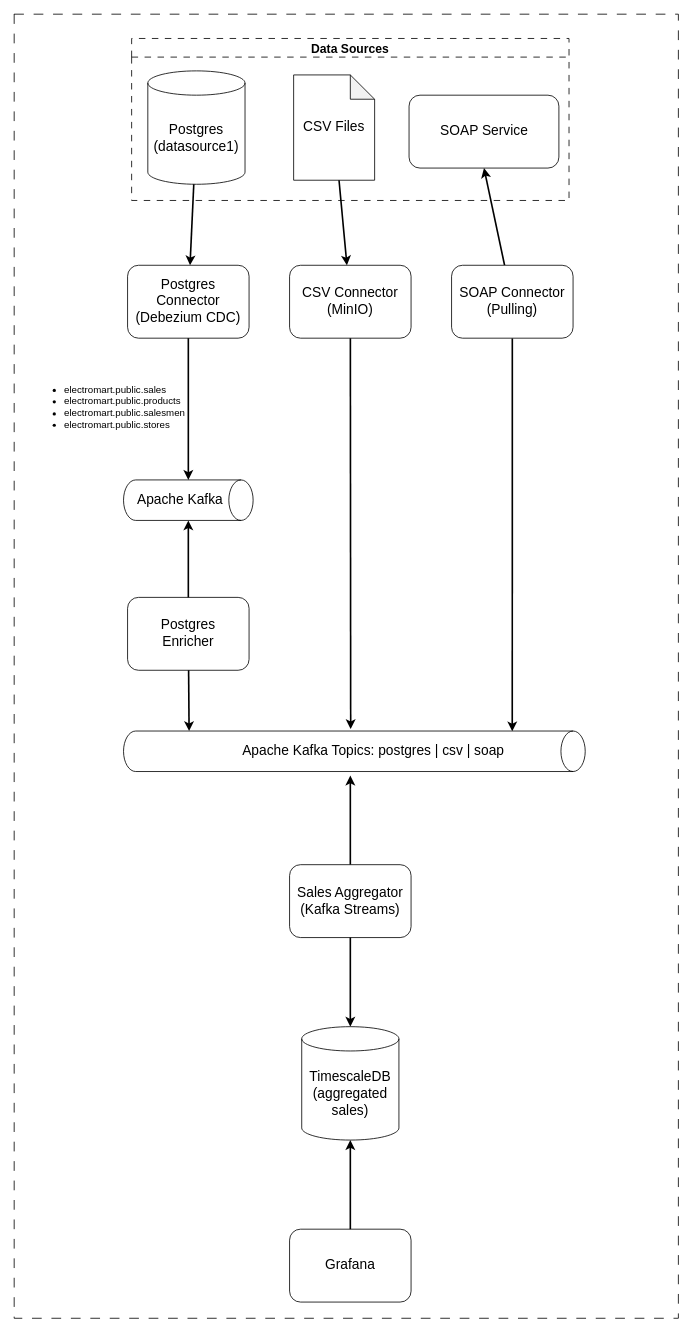
Above: data/salesman-kata-v2/diagrams/solutions.drawio in codegik/team-red (draw.io), before the change. Source tidied: cells renumbered, new cells numbered last; positions are measured from the earlier drawing's top-left corner, leaving out a move shared by most shapes. Both pictures are drawn from the tidied source at 81%, with x=0, y=0 at pixel (14, 14).
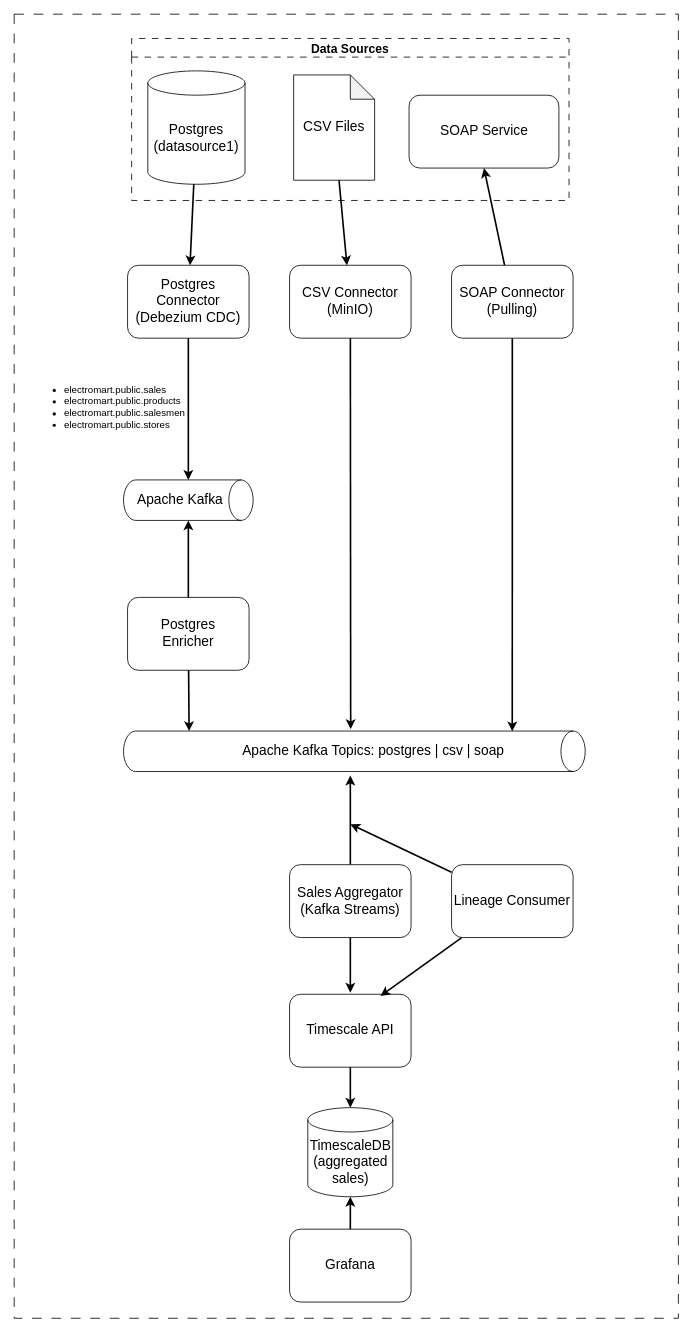
Above is the later version.

The change refers to these unchanged cells:
```xml
<mxCell id="24" value="&lt;span style=&quot;font-size: 17px;&quot;&gt;Sales Aggregator&lt;/span&gt;&lt;div&gt;&lt;span style=&quot;font-size: 17px;&quot;&gt;(Kafka Streams)&lt;/span&gt;&lt;/div&gt;" style="rounded=1;whiteSpace=wrap;html=1;" parent="1" vertex="1">
  <mxGeometry x="340" y="1050" width="150" height="90" as="geometry" />
</mxCell>
```

The edit, as a diff of the source:
```diff
@@
     <mxCell id="26" value="&lt;font style=&quot;font-size: 17px;&quot;&gt;TimescaleDB&lt;/font&gt;&lt;div&gt;&lt;font style=&quot;font-size: 17px;&quot;&gt;(aggregated sales)&lt;/font&gt;&lt;/div&gt;" style="shape=cylinder3;whiteSpace=wrap;html=1;boundedLbl=1;backgroundOutline=1;size=15;" parent="1" vertex="1">
-      <mxGeometry x="355" y="1250" width="120" height="140" as="geometry" />
+      <mxGeometry x="362.5" y="1350" width="105" height="110" as="geometry" />
     </mxCell>
@@
-    <mxCell id="29" style="edgeStyle=none;html=1;entryX=0.5;entryY=0;entryDx=0;entryDy=0;entryPerimeter=0;strokeWidth=2;" parent="1" edge="1" source="24" target="26">
+    <mxCell id="29" style="edgeStyle=none;html=1;entryX=0.5;entryY=0;entryDx=0;entryDy=0;entryPerimeter=0;strokeWidth=2;" parent="1" edge="1" source="30" target="26">
       <mxGeometry relative="1" as="geometry" />
     </mxCell>
+    <mxCell id="30" value="&lt;span style=&quot;font-size: 17px;&quot;&gt;Timescale API&lt;/span&gt;" style="rounded=1;whiteSpace=wrap;html=1;" parent="1" vertex="1">
+      <mxGeometry x="340" y="1210" width="150" height="90" as="geometry" />
+    </mxCell>
+    <mxCell id="31" value="&lt;span style=&quot;font-size: 17px;&quot;&gt;Lineage Consumer&lt;/span&gt;" style="rounded=1;whiteSpace=wrap;html=1;" parent="1" vertex="1">
+      <mxGeometry x="540" y="1050" width="150" height="90" as="geometry" />
+    </mxCell>
+    <mxCell id="32" style="edgeStyle=none;html=1;strokeWidth=2;" parent="1" edge="1" source="31">
+      <mxGeometry relative="1" as="geometry">
+        <mxPoint x="415" y="1000" as="targetPoint" />
+      </mxGeometry>
+    </mxCell>
+    <mxCell id="33" style="edgeStyle=none;html=1;strokeWidth=2;" parent="1" edge="1" source="24">
+      <mxGeometry relative="1" as="geometry">
+        <mxPoint x="415" y="1208" as="targetPoint" />
+      </mxGeometry>
+    </mxCell>
+    <mxCell id="34" style="edgeStyle=none;html=1;entryX=0.748;entryY=0.025;entryDx=0;entryDy=0;entryPerimeter=0;strokeWidth=2;" parent="1" edge="1" source="31" target="30">
+      <mxGeometry relative="1" as="geometry" />
+    </mxCell>
```
